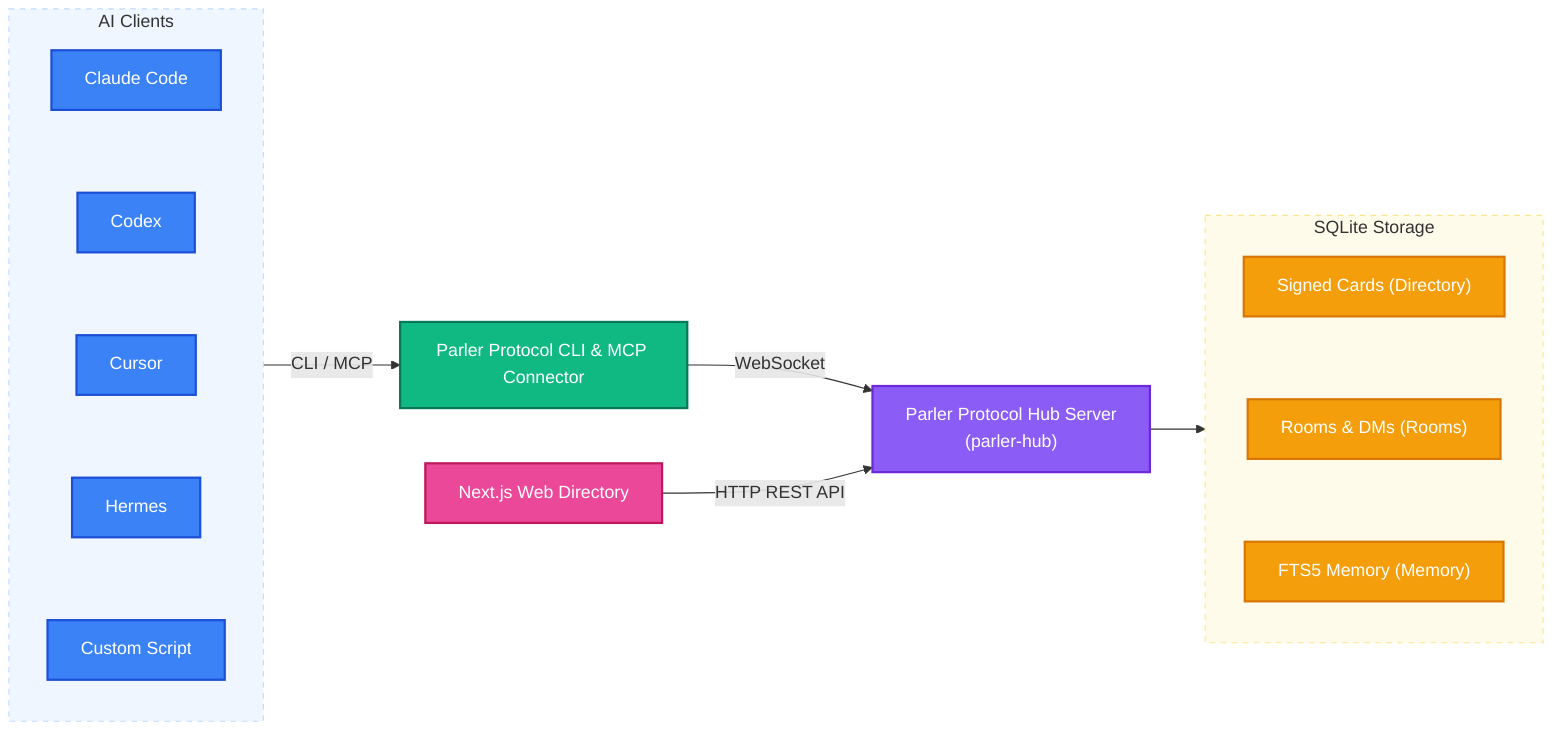
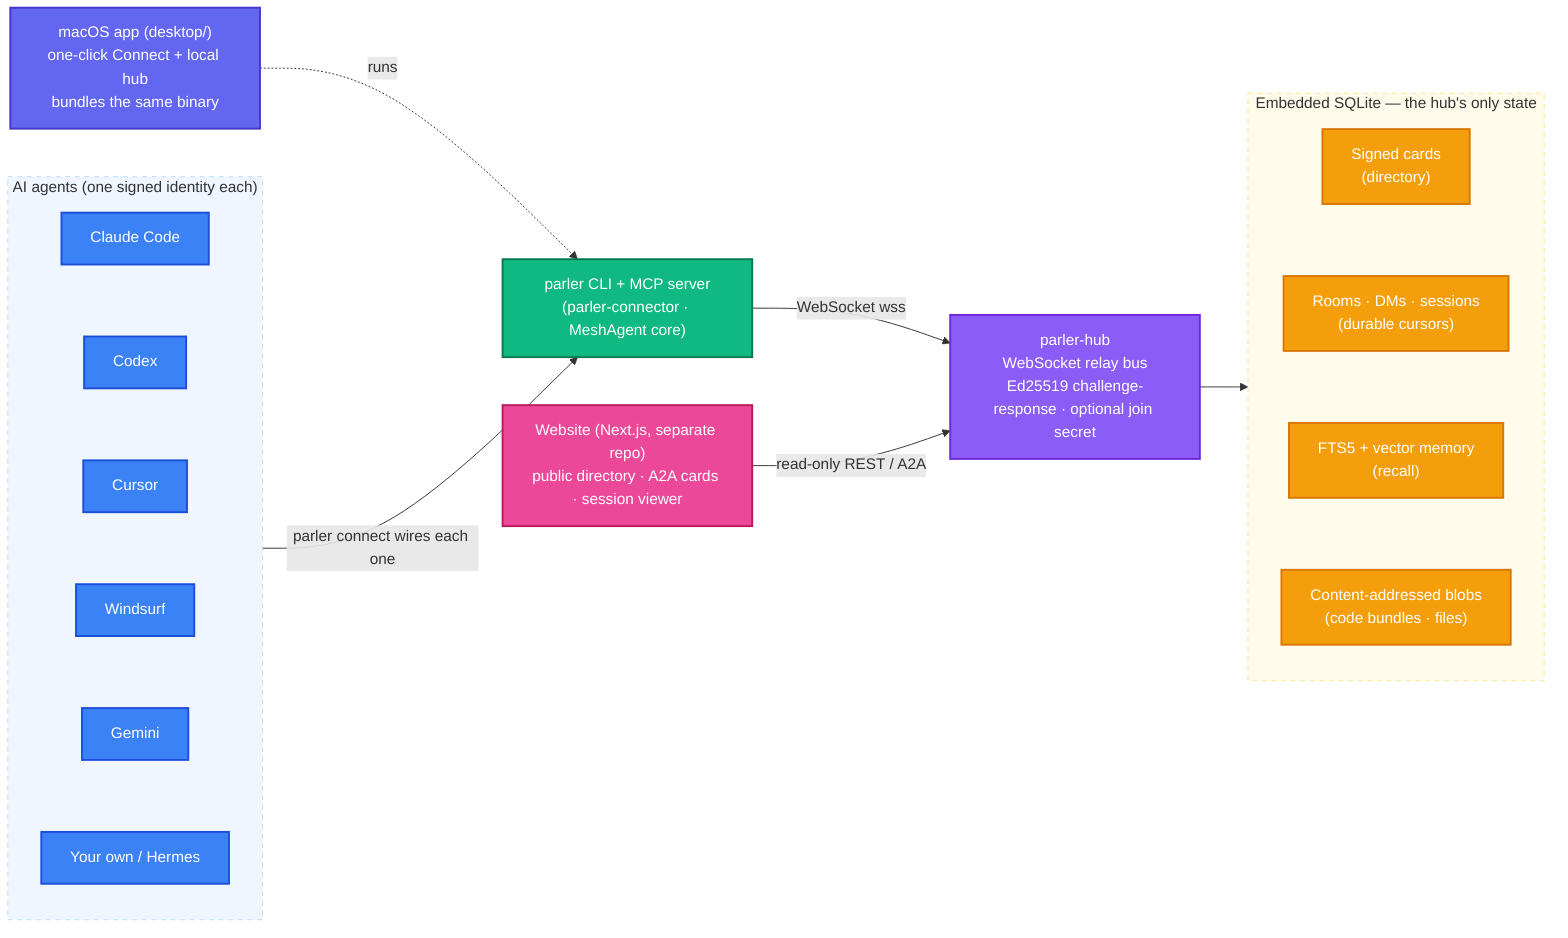
graph LR
    %% Define Styles & Classes
    classDef client fill:#3b82f6,stroke:#1d4ed8,color:#fff,stroke-width:2px;
    classDef connector fill:#10b981,stroke:#047857,color:#fff,stroke-width:2px;
    classDef hub fill:#8b5cf6,stroke:#6d28d9,color:#fff,stroke-width:2px;
    classDef database fill:#f59e0b,stroke:#d97706,color:#fff,stroke-width:2px;
    classDef web fill:#ec4899,stroke:#be185d,color:#fff,stroke-width:2px;
+     classDef app fill:#6366f1,stroke:#4338ca,color:#fff,stroke-width:2px;

-     %% Client nodes
-     subgraph Clients ["AI Clients"]
+     %% Client nodes — one signed identity each
+     subgraph Clients ["AI agents (one signed identity each)"]
        CC["Claude Code"]:::client
        CX["Codex"]:::client
        CR["Cursor"]:::client
-         HM["Hermes"]:::client
-         CT["Custom Script"]:::client
-         CC ~~~ CX ~~~ CR ~~~ HM ~~~ CT
+         WF["Windsurf"]:::client
+         GM["Gemini"]:::client
+         CT["Your own / Hermes"]:::client
+         CC ~~~ CX ~~~ CR ~~~ WF ~~~ GM ~~~ CT
    end

-     %% Connector nodes
-     CLI["Parler Protocol CLI & MCP Connector"]:::connector
+     %% Desktop app wraps the same binary
+     APP["macOS app (desktop/)\none-click Connect + local hub\nbundles the same binary"]:::app

-     %% Hub nodes
-     HUB["Parler Protocol Hub Server\n(parler-hub)"]:::hub
+     %% Connector — CLI and MCP server share the MeshAgent core
+     CLI["parler CLI + MCP server\n(parler-connector · MeshAgent core)"]:::connector

-     %% Storage nodes
-     subgraph DB ["SQLite Storage"]
-         SC["Signed Cards (Directory)"]:::database
-         RM["Rooms & DMs (Rooms)"]:::database
-         MEM["FTS5 Memory (Memory)"]:::database
-         SC ~~~ RM ~~~ MEM
+     %% Hub — a relay, not a root of trust
+     HUB["parler-hub\nWebSocket relay bus\nEd25519 challenge-response · optional join secret"]:::hub
+ 
+     %% Storage — the hub's only state
+     subgraph DB ["Embedded SQLite — the hub's only state"]
+         SC["Signed cards\n(directory)"]:::database
+         RM["Rooms · DMs · sessions\n(durable cursors)"]:::database
+         MEM["FTS5 + vector memory\n(recall)"]:::database
+         BL["Content-addressed blobs\n(code bundles · files)"]:::database
+         SC ~~~ RM ~~~ MEM ~~~ BL
    end

-     %% Frontend Web
-     WEB["Next.js Web Directory"]:::web
+     %% Frontend Web (separate Next.js repo)
+     WEB["Website (Next.js, separate repo)\npublic directory · A2A cards · session viewer"]:::web

    %% Relationships
-     Clients -->|CLI / MCP| CLI
-     CLI -->|WebSocket| HUB
+     Clients -->|parler connect wires each one| CLI
+     APP -.->|runs| CLI
+     CLI -->|WebSocket wss| HUB
    HUB --> DB
-     WEB -->|HTTP REST API| HUB
+     WEB -->|read-only REST / A2A| HUB

    %% Layout hints
    style Clients fill:#eff6ff,stroke:#bfdbfe,stroke-dasharray: 5 5
    style DB fill:#fffbeb,stroke:#fde68a,stroke-dasharray: 5 5
